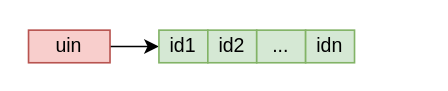
Before: quchong1.drawio in checkking/diagrams, a draw.io diagram. Source tidied: cells renumbered, new cells numbered last; positions are measured from the earlier drawing's top-left corner, leaving out a move shared by most shapes. Both pictures are drawn from the tidied source at 163%, with x=0, y=0 at pixel (28, 29).
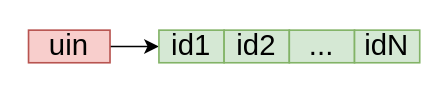
The same diagram, later.

Diff of the diagram source:
```diff
@@
 <mxGraphModel>
   <root>
     <mxCell id="0" />
     <mxCell id="1" parent="0" />
     <mxCell id="2" style="edgeStyle=orthogonalEdgeStyle;rounded=0;jettySize=auto;html=1;entryX=0;entryY=0.5;entryDx=0;entryDy=0;" parent="1" edge="1" source="3" target="4">
       <mxGeometry relative="1" as="geometry" />
     </mxCell>
-    <mxCell id="3" value="uin" style="rounded=0;whiteSpace=wrap;html=1;fillColor=#f8cecc;strokeColor=#b85450;" parent="1" vertex="1">
+    <mxCell id="3" value="&lt;font style=&quot;font-size: 18px&quot;&gt;uin&lt;/font&gt;" style="rounded=0;whiteSpace=wrap;html=1;fillColor=#f8cecc;strokeColor=#b85450;" parent="1" vertex="1">
       <mxGeometry width="50" height="20" as="geometry" />
     </mxCell>
-    <mxCell id="4" value="id1" style="rounded=0;whiteSpace=wrap;html=1;fillColor=#d5e8d4;strokeColor=#82b366;" parent="1" vertex="1">
-      <mxGeometry x="80" width="30" height="20" as="geometry" />
+    <mxCell id="4" value="&lt;font style=&quot;font-size: 18px&quot;&gt;id1&lt;/font&gt;" style="rounded=0;whiteSpace=wrap;html=1;fillColor=#d5e8d4;strokeColor=#82b366;" parent="1" vertex="1">
+      <mxGeometry x="80" width="40" height="20" as="geometry" />
     </mxCell>
-    <mxCell id="5" value="id2" style="rounded=0;whiteSpace=wrap;html=1;fillColor=#d5e8d4;strokeColor=#82b366;" parent="1" vertex="1">
-      <mxGeometry x="110" width="30" height="20" as="geometry" />
+    <mxCell id="5" value="&lt;font style=&quot;font-size: 18px&quot;&gt;id2&lt;/font&gt;" style="rounded=0;whiteSpace=wrap;html=1;fillColor=#d5e8d4;strokeColor=#82b366;" parent="1" vertex="1">
+      <mxGeometry x="120" width="40" height="20" as="geometry" />
     </mxCell>
-    <mxCell id="6" value="..." style="rounded=0;whiteSpace=wrap;html=1;fillColor=#d5e8d4;strokeColor=#82b366;" parent="1" vertex="1">
-      <mxGeometry x="140" width="30" height="20" as="geometry" />
+    <mxCell id="6" value="&lt;font style=&quot;font-size: 18px&quot;&gt;...&lt;/font&gt;" style="rounded=0;whiteSpace=wrap;html=1;fillColor=#d5e8d4;strokeColor=#82b366;" parent="1" vertex="1">
+      <mxGeometry x="160" width="40" height="20" as="geometry" />
     </mxCell>
-    <mxCell id="7" value="idn" style="rounded=0;whiteSpace=wrap;html=1;fillColor=#d5e8d4;strokeColor=#82b366;" parent="1" vertex="1">
-      <mxGeometry x="170" width="30" height="20" as="geometry" />
-    </mxCell>
+    <mxCell id="8" value="&lt;font style=&quot;font-size: 18px&quot;&gt;idN&lt;/font&gt;" style="rounded=0;whiteSpace=wrap;html=1;fillColor=#d5e8d4;strokeColor=#82b366;" parent="1" vertex="1">
+      <mxGeometry x="200" width="40" height="20" as="geometry" />
+    </mxCell>
   </root>
 </mxGraphModel>
```
